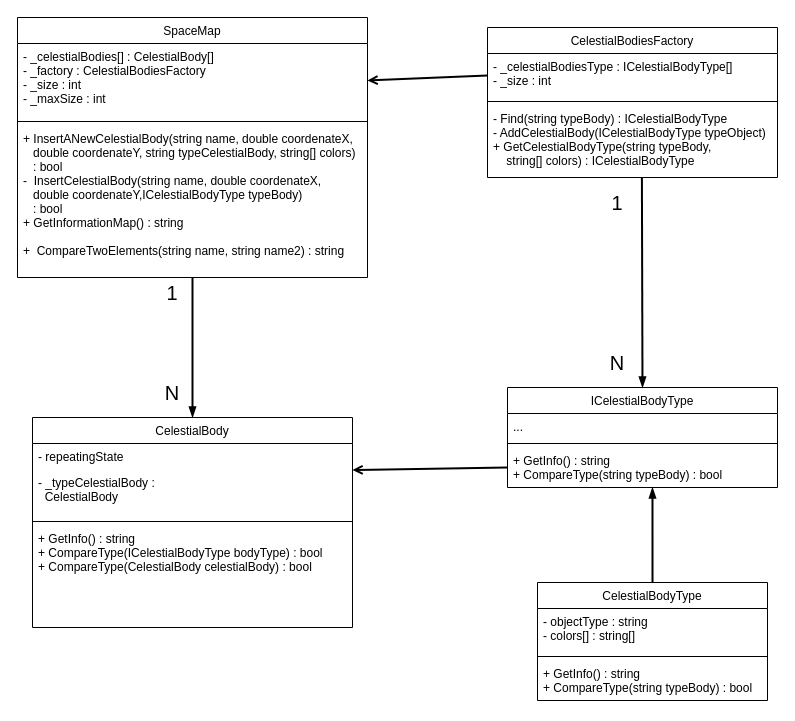
Above: img/laboratorio_4.drawio in AlvaroCori/Arquitectura_Software_Laboratorio_4 (draw.io), before the change. Source tidied: cells renumbered, new cells numbered last; positions are measured from the earlier drawing's top-left corner, leaving out a move shared by most shapes. Both pictures are drawn from the tidied source at 100%, with x=0, y=0 at pixel (17, 17).
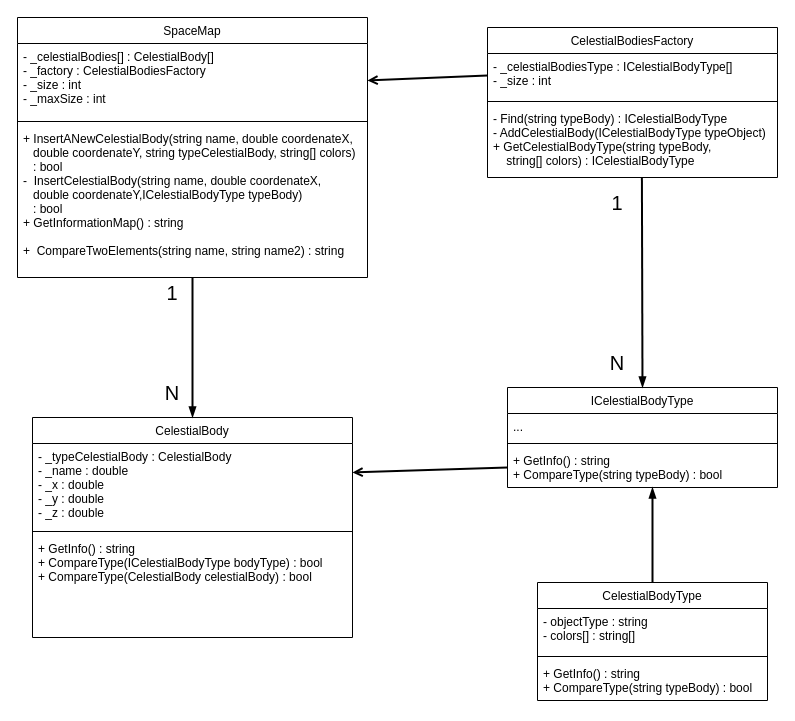
The same page after the edit.

The edit, as a diff of the source:
```diff
@@
     <mxCell id="15" value="CelestialBody" style="swimlane;fontStyle=0;align=center;verticalAlign=top;horizontal=1;startSize=26;rounded=0;shadow=0;strokeWidth=1;" parent="1" vertex="1">
-      <mxGeometry x="15" y="400" width="320" height="210" as="geometry" />
+      <mxGeometry x="15" y="400" width="320" height="220" as="geometry" />
     </mxCell>
-    <mxCell id="16" value="- repeatingState" style="text;align=left;verticalAlign=top;spacingLeft=4;spacingRight=4;overflow=hidden;" parent="15" vertex="1">
-      <mxGeometry y="26" width="320" height="26" as="geometry" />
-    </mxCell>
-    <mxCell id="17" value="- _typeCelestialBody :&#10;  CelestialBody " style="text;align=left;verticalAlign=top;spacingLeft=4;spacingRight=4;overflow=hidden;" parent="15" vertex="1">
-      <mxGeometry y="52" width="320" height="48" as="geometry" />
+    <mxCell id="17" value="- _typeCelestialBody : CelestialBody &#10;- _name : double&#10;- _x : double&#10;- _y : double&#10;- _z : double" style="text;align=left;verticalAlign=top;spacingLeft=4;spacingRight=4;overflow=hidden;" parent="15" vertex="1">
+      <mxGeometry y="26" width="320" height="84" as="geometry" />
     </mxCell>
     <mxCell id="18" style="line;html=1;strokeWidth=1;align=left;verticalAlign=middle;spacingTop=-1;spacingLeft=3;spacingRight=3;labelPosition=right;" parent="15" vertex="1">
-      <mxGeometry y="100" width="320" height="8" as="geometry" />
+      <mxGeometry y="110" width="320" height="8" as="geometry" />
     </mxCell>
     <mxCell id="19" value="+ GetInfo() : string &#10;+ CompareType(ICelestialBodyType bodyType) : bool&#10;+ CompareType(CelestialBody celestialBody) : bool" style="text;align=left;verticalAlign=top;spacingLeft=4;spacingRight=4;overflow=hidden;" parent="15" vertex="1">
-      <mxGeometry y="108" width="320" height="102" as="geometry" />
+      <mxGeometry y="118" width="320" height="102" as="geometry" />
     </mxCell>
```
